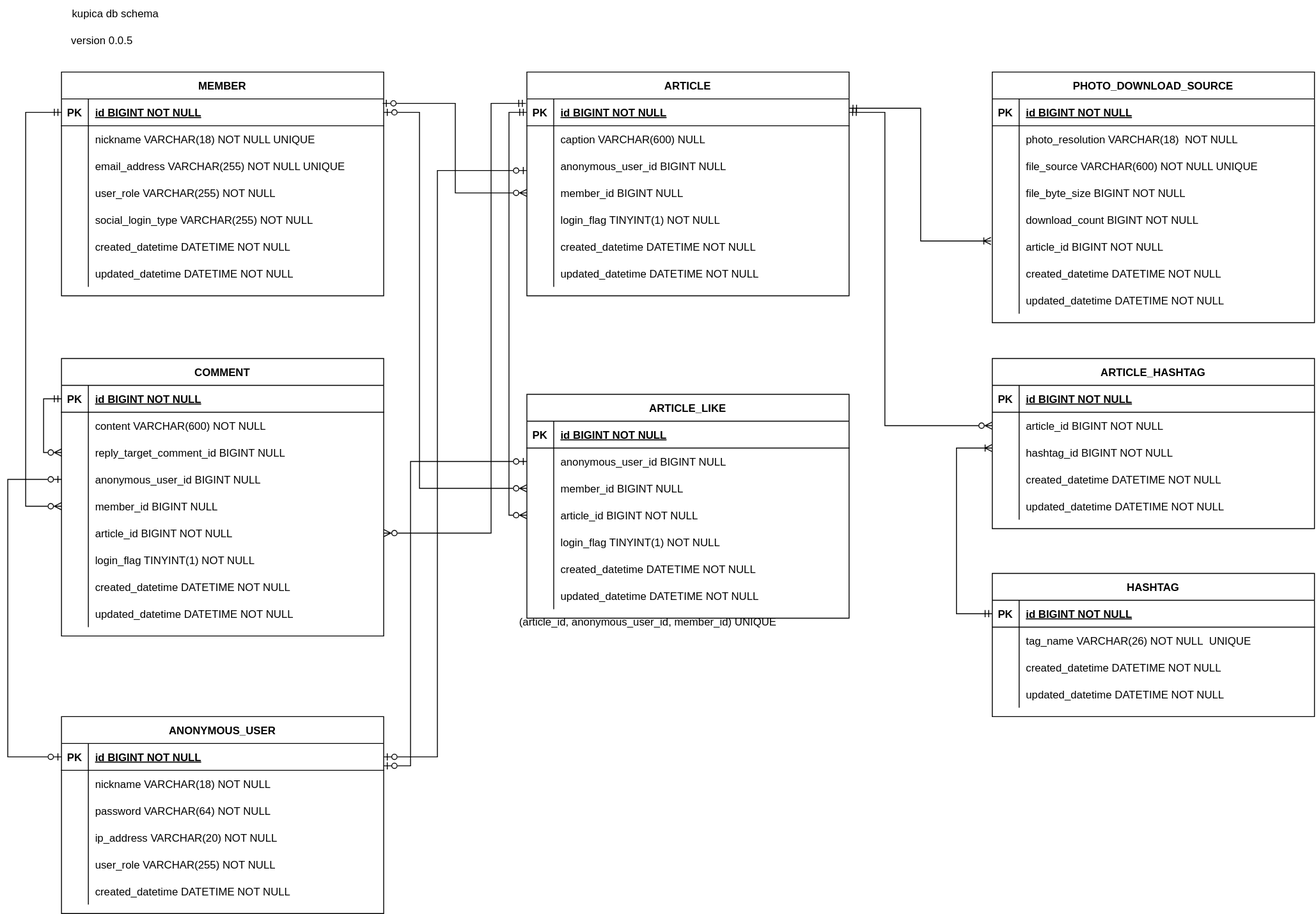
Before: docs/kupica-db-schema.svg, a diagram exported from draw.io (Unagi-zoso/kupica). Source tidied: cells renumbered, new cells last; positions are measured from the earlier drawing's top-left corner, leaving out a move shared by most shapes.
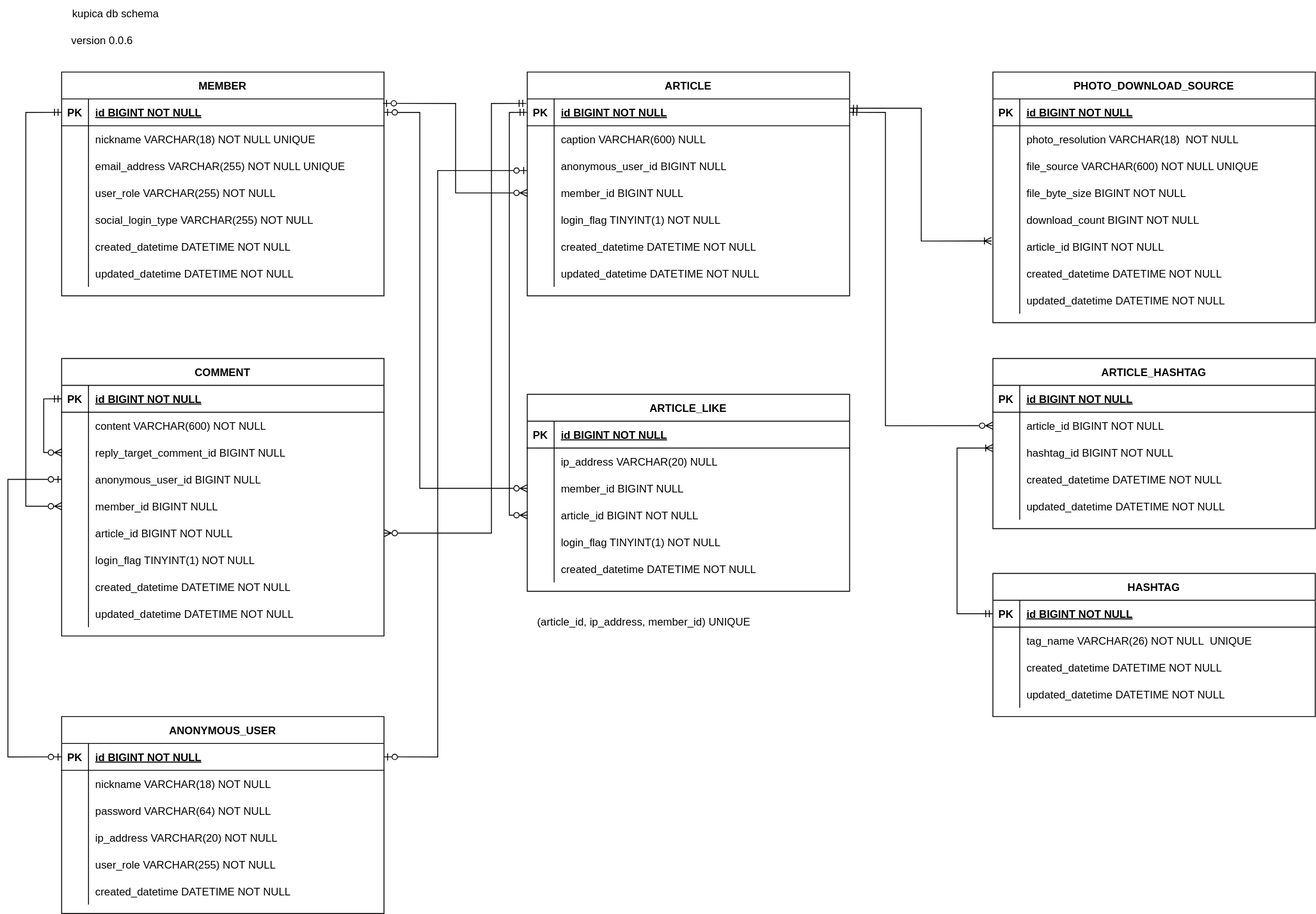
The same file after the commit.

Commit message:
#31 Docs article_like 테이블 변경 (anonymous_user -> ip_address , updated_datetime 제거)

What changed in the source:
```diff
@@ -319,7 +319,7 @@
       </mxGeometry>
     </mxCell>
     <mxCell id="104" value="ARTICLE_LIKE" style="shape=table;startSize=30;rowLines=0;fontStyle=1;align=center;" parent="1" vertex="1">
-      <mxGeometry x="580" y="440" width="360" height="250" as="geometry" />
+      <mxGeometry x="580" y="440" width="360" height="220" as="geometry" />
     </mxCell>
     <mxCell id="105" style="shape=partialRectangle;fillColor=none;top=0;left=0;right=0;bottom=1;" parent="104" vertex="1">
       <mxGeometry y="30" width="360" height="30" as="geometry" />
@@ -336,7 +336,7 @@
     <mxCell id="109" style="shape=partialRectangle;overflow=hidden;fillColor=none;top=0;left=0;bottom=0;right=0;" parent="108" vertex="1">
       <mxGeometry width="30" height="30" as="geometry" />
     </mxCell>
-    <mxCell id="110" value="anonymous_user_id BIGINT NULL" style="shape=partialRectangle;overflow=hidden;fillColor=none;top=0;left=0;bottom=0;right=0;align=left;spacingLeft=6;" parent="108" vertex="1">
+    <mxCell id="110" value="ip_address VARCHAR(20) NULL " style="shape=partialRectangle;overflow=hidden;fillColor=none;top=0;left=0;bottom=0;right=0;align=left;spacingLeft=6;" parent="108" vertex="1">
       <mxGeometry x="30" width="330" height="30" as="geometry" />
     </mxCell>
     <mxCell id="111" style="shape=partialRectangle;fillColor=none;points=[[0,0.5],[1,0.5]];portConstraint=eastwest;top=0;left=0;right=0;bottom=0;" parent="104" vertex="1">
@@ -375,17 +375,8 @@
     <mxCell id="122" style="shape=partialRectangle;overflow=hidden;fillColor=none;top=0;left=0;bottom=0;right=0;align=left;spacingLeft=6;" parent="120" vertex="1">
       <mxGeometry x="30" width="330" height="30" as="geometry" />
     </mxCell>
-    <mxCell id="123" style="shape=partialRectangle;fillColor=none;top=0;left=0;right=0;bottom=0;" parent="104" vertex="1">
-      <mxGeometry y="210" width="360" height="30" as="geometry" />
-    </mxCell>
-    <mxCell id="124" style="shape=partialRectangle;overflow=hidden;fillColor=none;top=0;left=0;bottom=0;right=0;" parent="123" vertex="1">
-      <mxGeometry width="30" height="30" as="geometry" />
-    </mxCell>
-    <mxCell id="125" style="shape=partialRectangle;overflow=hidden;fillColor=none;top=0;left=0;bottom=0;right=0;align=left;spacingLeft=6;" parent="123" vertex="1">
-      <mxGeometry x="30" width="330" height="30" as="geometry" />
-    </mxCell>
-    <mxCell id="126" value="(article_id,&amp;nbsp;&lt;span style=&quot;background-color: initial;&quot;&gt;anonymous_user_id,&amp;nbsp;&lt;/span&gt;member_id&lt;span style=&quot;background-color: initial;&quot;&gt;) UNIQUE&lt;/span&gt;" style="text;html=1;align=center;verticalAlign=middle;strokeColor=none;fillColor=none;" parent="1" vertex="1">
-      <mxGeometry x="585" y="680" width="260" height="30" as="geometry" />
+    <mxCell id="126" value="(article_id,&amp;nbsp;&lt;span style=&quot;text-align: left;&quot;&gt;ip_address&lt;/span&gt;&lt;span style=&quot;background-color: initial;&quot;&gt;,&amp;nbsp;&lt;/span&gt;member_id&lt;span style=&quot;background-color: initial;&quot;&gt;) UNIQUE&lt;/span&gt;" style="text;html=1;align=center;verticalAlign=middle;strokeColor=none;fillColor=none;" parent="1" vertex="1">
+      <mxGeometry x="580" y="680" width="260" height="30" as="geometry" />
     </mxCell>
     <mxCell id="127" value="HASHTAG" style="shape=table;startSize=30;rowLines=0;fontStyle=1;align=center;" parent="1" vertex="1">
       <mxGeometry x="1100" y="640" width="360" height="160" as="geometry" />
@@ -504,7 +495,7 @@
         </Array>
       </mxGeometry>
     </mxCell>
-    <mxCell id="161" value="version 0.0.5" style="text;html=1;align=center;verticalAlign=middle;strokeColor=none;fillColor=none;" parent="1" vertex="1">
+    <mxCell id="161" value="version 0.0.6" style="text;html=1;align=center;verticalAlign=middle;strokeColor=none;fillColor=none;" parent="1" vertex="1">
       <mxGeometry x="60" y="30" width="90" height="30" as="geometry" />
     </mxCell>
     <mxCell id="162" value="ANONYMOUS_USER" style="shape=table;startSize=30;rowLines=0;fontStyle=1;align=center;" parent="1" vertex="1">
@@ -591,9 +582,6 @@
     <mxCell id="187" value="created_datetime DATETIME NOT NULL" style="shape=partialRectangle;overflow=hidden;fillColor=none;top=0;left=0;bottom=0;right=0;align=left;spacingLeft=6;" parent="1" vertex="1">
       <mxGeometry x="610" y="620" width="330" height="30" as="geometry" />
     </mxCell>
-    <mxCell id="188" value="updated_datetime DATETIME NOT NULL" style="shape=partialRectangle;overflow=hidden;fillColor=none;top=0;left=0;bottom=0;right=0;align=left;spacingLeft=6;" parent="1" vertex="1">
-      <mxGeometry x="610" y="650" width="330" height="30" as="geometry" />
-    </mxCell>
     <mxCell id="189" style="edgeStyle=orthogonalEdgeStyle;rounded=0;jettySize=auto;html=1;entryX=0;entryY=0.5;entryDx=0;entryDy=0;startArrow=ERzeroToOne;startFill=0;endArrow=ERzeroToOne;endFill=0;exitX=0;exitY=0.5;exitDx=0;exitDy=0;" parent="1" edge="1" source="83" target="163">
       <mxGeometry relative="1" as="geometry">
         <Array as="points">
@@ -602,14 +590,5 @@
         </Array>
       </mxGeometry>
     </mxCell>
-    <mxCell id="190" style="edgeStyle=orthogonalEdgeStyle;rounded=0;jettySize=auto;html=1;endArrow=ERzeroToOne;endFill=0;startArrow=ERzeroToOne;startFill=0;" parent="1" edge="1" source="108">
-      <mxGeometry relative="1" as="geometry">
-        <mxPoint x="420" y="855" as="targetPoint" />
-        <Array as="points">
-          <mxPoint x="450" y="515" />
-          <mxPoint x="450" y="855" />
-        </Array>
-      </mxGeometry>
-    </mxCell>
   </root>
 </mxGraphModel>
```
